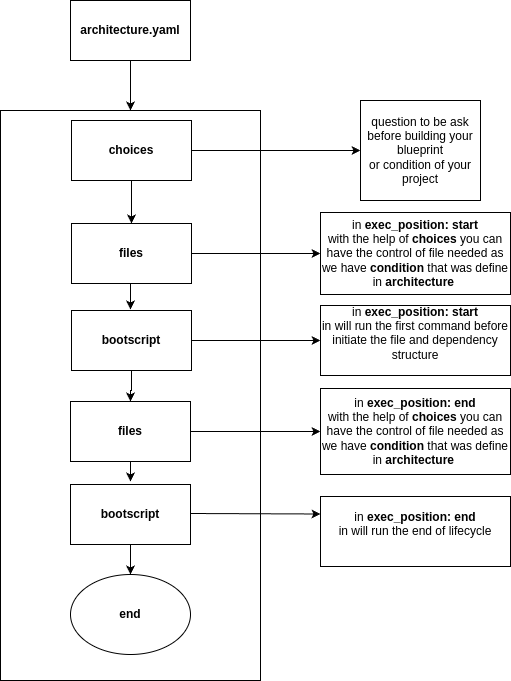
fonipts/pluton-lobby keeps this draw.io diagram as resource/diagram_architecture_lifecycle.png. Above is the earlier version. Source tidied: cells renumbered, new cells last; positions are measured from the earlier drawing's top-left corner, leaving out a move shared by most shapes.
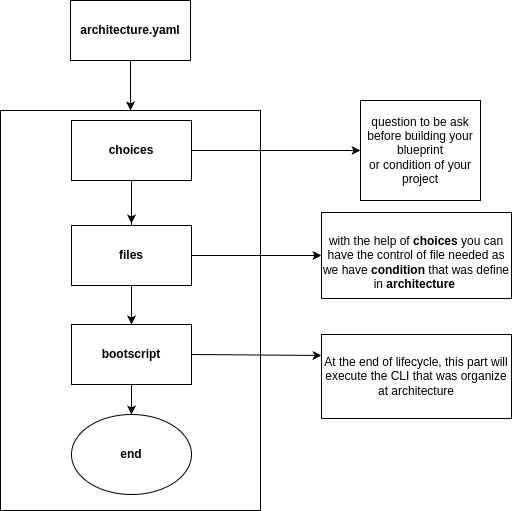
After the change.

Change to the diagram source:
```diff
@@ -9,77 +9,50 @@
       <mxGeometry x="70" width="120" height="60" as="geometry" />
     </mxCell>
     <mxCell id="4" style="rounded=0;whiteSpace=wrap;html=1;" parent="1" vertex="1">
-      <mxGeometry y="110" width="260" height="570" as="geometry" />
+      <mxGeometry y="110" width="260" height="400" as="geometry" />
     </mxCell>
-    <mxCell id="5" style="edgeStyle=orthogonalEdgeStyle;rounded=0;jettySize=auto;html=1;exitX=1;exitY=0.5;exitDx=0;exitDy=0;entryX=0;entryY=0.5;entryDx=0;entryDy=0;" parent="1" edge="1" source="7" target="8">
+    <mxCell id="5" style="edgeStyle=orthogonalEdgeStyle;rounded=0;jettySize=auto;html=1;exitX=1;exitY=0.5;exitDx=0;exitDy=0;entryX=0;entryY=0.5;entryDx=0;entryDy=0;" parent="1" edge="1" source="8" target="9">
       <mxGeometry relative="1" as="geometry" />
     </mxCell>
-    <mxCell id="6" style="edgeStyle=orthogonalEdgeStyle;rounded=0;jettySize=auto;html=1;" parent="1" edge="1" source="7" target="24">
-      <mxGeometry relative="1" as="geometry" />
+    <mxCell id="6" style="edgeStyle=orthogonalEdgeStyle;rounded=0;jettySize=auto;html=1;" parent="1" edge="1" source="8">
+      <mxGeometry relative="1" as="geometry">
+        <mxPoint x="131" y="223" as="targetPoint" />
+      </mxGeometry>
     </mxCell>
-    <mxCell id="7" value="&lt;b&gt;choices&lt;/b&gt;" style="rounded=0;whiteSpace=wrap;html=1;" parent="1" vertex="1">
-      <mxGeometry x="71" y="120" width="120" height="60" as="geometry" />
+    <mxCell id="7" style="edgeStyle=orthogonalEdgeStyle;rounded=0;jettySize=auto;html=1;entryX=0.5;entryY=0;entryDx=0;entryDy=0;" parent="1" edge="1" source="8" target="15">
+      <mxGeometry relative="1" as="geometry" />
     </mxCell>
-    <mxCell id="8" value="question to be ask before building your blueprint&lt;div&gt;or condition of your project&lt;/div&gt;" style="rounded=0;whiteSpace=wrap;html=1;" parent="1" vertex="1">
-      <mxGeometry x="360" y="100" width="120" height="100" as="geometry" />
+    <mxCell id="8" value="&lt;b&gt;choices&lt;/b&gt;" style="rounded=0;whiteSpace=wrap;html=1;" parent="1" vertex="1">
+      <mxGeometry x="71" y="120" width="120" height="60" as="geometry" />
     </mxCell>
-    <mxCell id="9" style="edgeStyle=orthogonalEdgeStyle;rounded=0;jettySize=auto;html=1;entryX=0;entryY=0.5;entryDx=0;entryDy=0;" parent="1" edge="1" source="11" target="12">
-      <mxGeometry relative="1" as="geometry" />
+    <mxCell id="9" value="question to be ask before building your blueprint&lt;div&gt;or condition of your project&lt;/div&gt;" style="rounded=0;whiteSpace=wrap;html=1;" parent="1" vertex="1">
+      <mxGeometry x="360" y="100" width="120" height="100" as="geometry" />
     </mxCell>
-    <mxCell id="10" style="edgeStyle=orthogonalEdgeStyle;rounded=0;jettySize=auto;html=1;" parent="1" edge="1" source="11" target="15">
+    <mxCell id="10" style="edgeStyle=orthogonalEdgeStyle;rounded=0;jettySize=auto;html=1;entryX=0;entryY=0.5;entryDx=0;entryDy=0;" parent="1" edge="1" source="11" target="12">
       <mxGeometry relative="1" as="geometry" />
     </mxCell>
-    <mxCell id="11" value="&lt;b&gt;bootscript&lt;/b&gt;" style="rounded=0;whiteSpace=wrap;html=1;" parent="1" vertex="1">
-      <mxGeometry x="71" y="310" width="120" height="60" as="geometry" />
+    <mxCell id="11" value="&lt;b&gt;files&lt;/b&gt;" style="rounded=0;whiteSpace=wrap;html=1;" parent="1" vertex="1">
+      <mxGeometry x="71" y="225" width="120" height="60" as="geometry" />
     </mxCell>
-    <mxCell id="12" value="in &lt;b&gt;exec_position: start&lt;/b&gt;&lt;br&gt;in will run the first command before initiate the file and dependency structure&lt;div&gt;&lt;br&gt;&lt;/div&gt;" style="rounded=0;whiteSpace=wrap;html=1;" parent="1" vertex="1">
-      <mxGeometry x="320" y="305" width="190" height="70" as="geometry" />
+    <mxCell id="12" value="&lt;div&gt;&lt;br&gt;&lt;/div&gt;with the help of &lt;b&gt;choices &lt;/b&gt;you can have the control of file needed as we have &lt;b&gt;condition &lt;/b&gt;that was define in &lt;b&gt;architecture&lt;/b&gt;&amp;nbsp;" style="rounded=0;whiteSpace=wrap;html=1;" parent="1" vertex="1">
+      <mxGeometry x="321" y="212" width="190" height="86" as="geometry" />
     </mxCell>
-    <mxCell id="13" style="edgeStyle=orthogonalEdgeStyle;rounded=0;jettySize=auto;html=1;entryX=0;entryY=0.5;entryDx=0;entryDy=0;" parent="1" edge="1" source="15" target="16">
+    <mxCell id="13" style="edgeStyle=orthogonalEdgeStyle;rounded=0;jettySize=auto;html=1;entryX=0.5;entryY=0;entryDx=0;entryDy=0;" parent="1" edge="1" source="15" target="17">
       <mxGeometry relative="1" as="geometry" />
     </mxCell>
-    <mxCell id="14" style="edgeStyle=orthogonalEdgeStyle;rounded=0;jettySize=auto;html=1;" parent="1" edge="1" source="15">
+    <mxCell id="14" style="edgeStyle=orthogonalEdgeStyle;rounded=0;jettySize=auto;html=1;entryX=0;entryY=0.25;entryDx=0;entryDy=0;" parent="1" edge="1" target="16">
       <mxGeometry relative="1" as="geometry">
-        <mxPoint x="130" y="481" as="targetPoint" />
+        <mxPoint x="191" y="354" as="sourcePoint" />
       </mxGeometry>
     </mxCell>
-    <mxCell id="15" value="&lt;b&gt;files&lt;/b&gt;" style="rounded=0;whiteSpace=wrap;html=1;" parent="1" vertex="1">
-      <mxGeometry x="70" y="401" width="120" height="60" as="geometry" />
+    <mxCell id="15" value="&lt;b&gt;bootscript&lt;/b&gt;" style="rounded=0;whiteSpace=wrap;html=1;" parent="1" vertex="1">
+      <mxGeometry x="71" y="324" width="120" height="60" as="geometry" />
     </mxCell>
-    <mxCell id="16" value="&lt;div&gt;in&amp;nbsp;&lt;b&gt;exec_position: end&lt;/b&gt;&lt;br&gt;&lt;/div&gt;with the help of &lt;b&gt;choices &lt;/b&gt;you can have the control of file needed as we have &lt;b&gt;condition &lt;/b&gt;that was define in &lt;b&gt;architecture&lt;/b&gt;&amp;nbsp;" style="rounded=0;whiteSpace=wrap;html=1;" parent="1" vertex="1">
-      <mxGeometry x="320" y="388" width="190" height="86" as="geometry" />
+    <mxCell id="16" value="&lt;div&gt;At the end of lifecycle, this part will execute the CLI that was organize at architecture&lt;/div&gt;" style="rounded=0;whiteSpace=wrap;html=1;" parent="1" vertex="1">
+      <mxGeometry x="321" y="334" width="190" height="84" as="geometry" />
     </mxCell>
-    <mxCell id="17" style="edgeStyle=orthogonalEdgeStyle;rounded=0;jettySize=auto;html=1;entryX=0.5;entryY=0;entryDx=0;entryDy=0;" parent="1" edge="1" source="19" target="21">
-      <mxGeometry relative="1" as="geometry" />
+    <mxCell id="17" value="&lt;b&gt;end&lt;/b&gt;" style="ellipse;whiteSpace=wrap;html=1;" parent="1" vertex="1">
+      <mxGeometry x="71" y="414" width="120" height="80" as="geometry" />
     </mxCell>
-    <mxCell id="18" style="edgeStyle=orthogonalEdgeStyle;rounded=0;jettySize=auto;html=1;entryX=0;entryY=0.25;entryDx=0;entryDy=0;" parent="1" edge="1" target="20">
-      <mxGeometry relative="1" as="geometry">
-        <mxPoint x="190" y="513" as="sourcePoint" />
-      </mxGeometry>
-    </mxCell>
-    <mxCell id="19" value="&lt;b&gt;bootscript&lt;/b&gt;" style="rounded=0;whiteSpace=wrap;html=1;" parent="1" vertex="1">
-      <mxGeometry x="70" y="484" width="120" height="60" as="geometry" />
-    </mxCell>
-    <mxCell id="20" value="in &lt;b&gt;exec_position: end&lt;/b&gt;&lt;br&gt;in will run the end of lifecycle&lt;div&gt;&lt;br&gt;&lt;/div&gt;" style="rounded=0;whiteSpace=wrap;html=1;" parent="1" vertex="1">
-      <mxGeometry x="320" y="496" width="190" height="70" as="geometry" />
-    </mxCell>
-    <mxCell id="21" value="&lt;b&gt;end&lt;/b&gt;" style="ellipse;whiteSpace=wrap;html=1;" parent="1" vertex="1">
-      <mxGeometry x="70" y="574" width="120" height="80" as="geometry" />
-    </mxCell>
-    <mxCell id="22" style="edgeStyle=orthogonalEdgeStyle;rounded=0;jettySize=auto;html=1;entryX=0;entryY=0.5;entryDx=0;entryDy=0;" parent="1" edge="1" source="24" target="25">
-      <mxGeometry relative="1" as="geometry" />
-    </mxCell>
-    <mxCell id="23" style="edgeStyle=orthogonalEdgeStyle;rounded=0;orthogonalLoop=1;jettySize=auto;html=1;" parent="1" edge="1">
-      <mxGeometry relative="1" as="geometry">
-        <mxPoint x="131" y="272" as="sourcePoint" />
-        <mxPoint x="130" y="309" as="targetPoint" />
-      </mxGeometry>
-    </mxCell>
-    <mxCell id="24" value="&lt;b&gt;files&lt;/b&gt;" style="rounded=0;whiteSpace=wrap;html=1;" parent="1" vertex="1">
-      <mxGeometry x="71" y="223" width="120" height="60" as="geometry" />
-    </mxCell>
-    <mxCell id="25" value="&lt;div&gt;in&amp;nbsp;&lt;b&gt;exec_position: start&lt;/b&gt;&lt;br&gt;&lt;/div&gt;with the help of &lt;b&gt;choices &lt;/b&gt;you can have the control of file needed as we have &lt;b&gt;condition &lt;/b&gt;that was define in &lt;b&gt;architecture&lt;/b&gt;&amp;nbsp;" style="rounded=0;whiteSpace=wrap;html=1;" parent="1" vertex="1">
-      <mxGeometry x="320" y="212" width="190" height="82" as="geometry" />
-    </mxCell>
   </root>
 </mxGraphModel>
```
